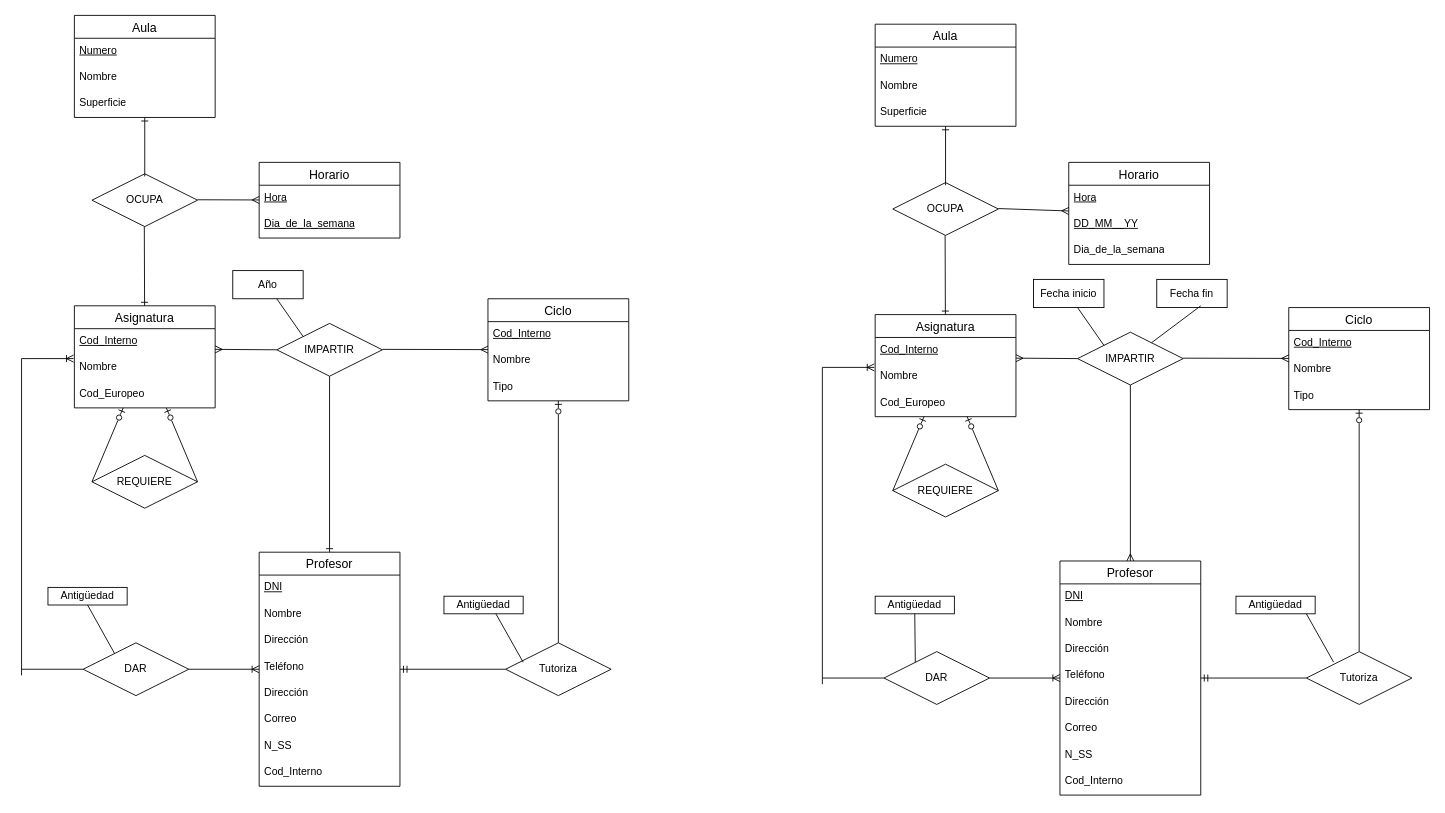
The draw.io diagram TA12Ej17.drawio in AlejandroCara/acr-tsys-modeloER-drawio-1110, before the edit. Source tidied: cells renumbered, new cells numbered last; positions are measured from the earlier drawing's top-left corner, leaving out a move shared by most shapes. Both pictures are drawn from the tidied source at 88%, with x=0, y=0 at pixel (21, 15).
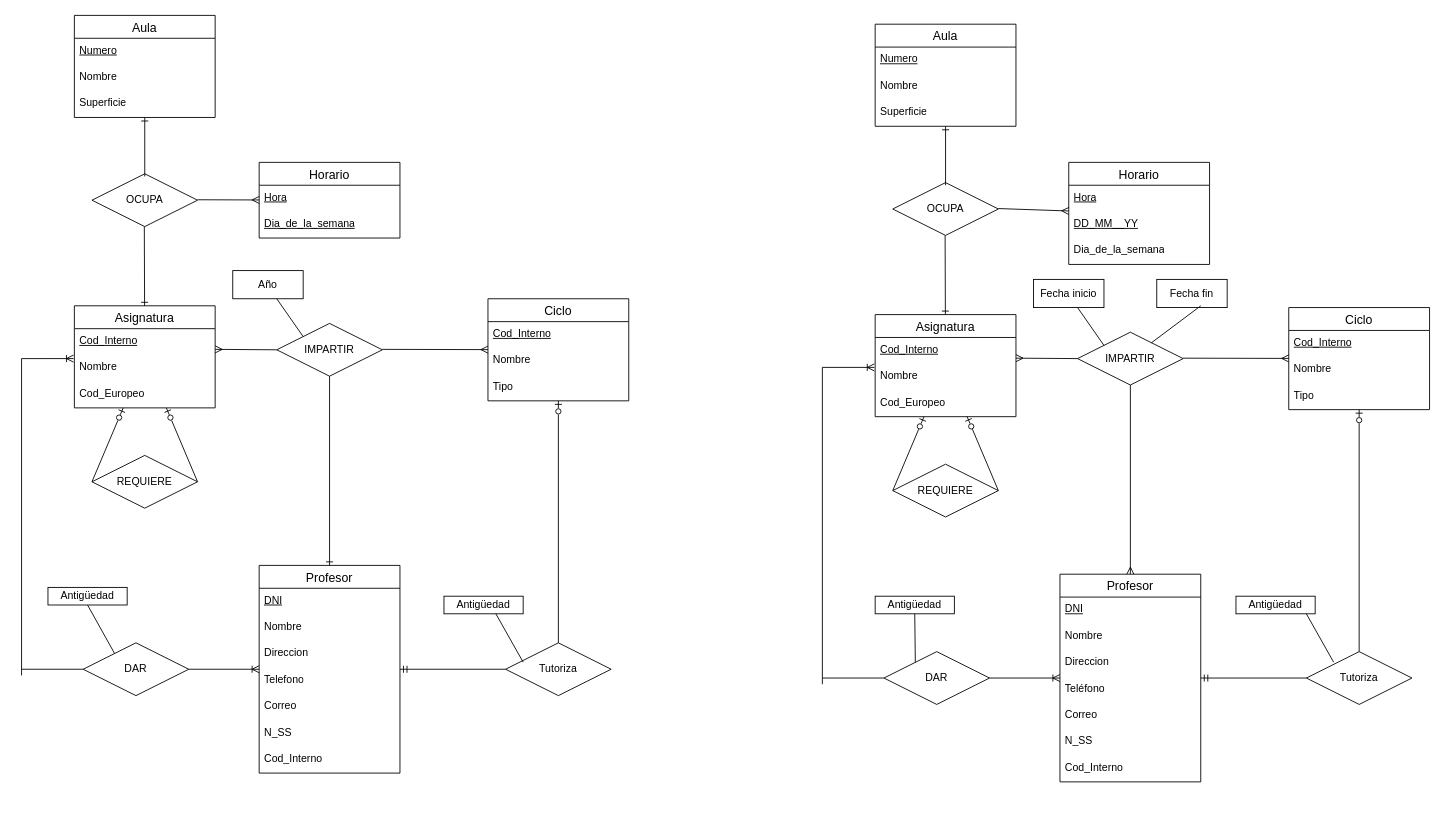
Above is the later version.

Commit message:
Dos atributos repetidos TA12Ej17.drawio

Change to the diagram source:
```diff
@@
     <mxCell id="27" value="Profesor" style="swimlane;fontStyle=0;horizontal=1;startSize=26;align=center;fontSize=14;" parent="1" vertex="1">
-      <mxGeometry x="270" y="610" width="160" height="266" as="geometry" />
+      <mxGeometry x="270" y="625" width="160" height="236" as="geometry" />
     </mxCell>
@@
-    <mxCell id="30" value="&lt;div&gt;Dirección&lt;/div&gt;&lt;div&gt;&lt;br&gt;&lt;/div&gt;" style="text;strokeColor=none;fillColor=none;spacingLeft=4;spacingRight=4;overflow=hidden;fontSize=12;whiteSpace=wrap;html=1;" parent="27" vertex="1">
+    <mxCell id="30" value="&lt;div&gt;Direccion&lt;/div&gt;&lt;div&gt;&lt;br&gt;&lt;/div&gt;" style="text;strokeColor=none;fillColor=none;spacingLeft=4;spacingRight=4;overflow=hidden;fontSize=12;whiteSpace=wrap;html=1;" parent="27" vertex="1">
       <mxGeometry y="86" width="160" height="30" as="geometry" />
     </mxCell>
-    <mxCell id="31" value="Teléfono" style="text;strokeColor=none;fillColor=none;spacingLeft=4;spacingRight=4;overflow=hidden;fontSize=12;whiteSpace=wrap;html=1;" parent="27" vertex="1">
+    <mxCell id="31" value="Telefono" style="text;strokeColor=none;fillColor=none;spacingLeft=4;spacingRight=4;overflow=hidden;fontSize=12;whiteSpace=wrap;html=1;" parent="27" vertex="1">
       <mxGeometry y="116" width="160" height="30" as="geometry" />
     </mxCell>
-    <mxCell id="32" value="&lt;div&gt;Dirección&lt;/div&gt;&lt;div&gt;&lt;br&gt;&lt;/div&gt;" style="text;strokeColor=none;fillColor=none;spacingLeft=4;spacingRight=4;overflow=hidden;fontSize=12;whiteSpace=wrap;html=1;" parent="27" vertex="1">
-      <mxGeometry y="146" width="160" height="30" as="geometry" />
-    </mxCell>
     <mxCell id="33" value="Correo" style="text;strokeColor=none;fillColor=none;spacingLeft=4;spacingRight=4;overflow=hidden;fontSize=12;whiteSpace=wrap;html=1;" parent="27" vertex="1">
-      <mxGeometry y="176" width="160" height="30" as="geometry" />
+      <mxGeometry y="146" width="160" height="30" as="geometry" />
     </mxCell>
     <mxCell id="34" value="N_SS" style="text;strokeColor=none;fillColor=none;spacingLeft=4;spacingRight=4;overflow=hidden;fontSize=12;whiteSpace=wrap;html=1;" parent="27" vertex="1">
-      <mxGeometry y="206" width="160" height="30" as="geometry" />
+      <mxGeometry y="176" width="160" height="30" as="geometry" />
     </mxCell>
     <mxCell id="35" value="Cod_Interno" style="text;strokeColor=none;fillColor=none;spacingLeft=4;spacingRight=4;overflow=hidden;fontSize=12;whiteSpace=wrap;html=1;" parent="27" vertex="1">
-      <mxGeometry y="236" width="160" height="30" as="geometry" />
+      <mxGeometry y="206" width="160" height="30" as="geometry" />
     </mxCell>
@@
     <mxCell id="75" value="Profesor" style="swimlane;fontStyle=0;horizontal=1;startSize=26;align=center;fontSize=14;" parent="1" vertex="1">
-      <mxGeometry x="1180" y="620" width="160" height="266" as="geometry" />
+      <mxGeometry x="1180" y="635" width="160" height="236" as="geometry" />
     </mxCell>
@@
-    <mxCell id="78" value="&lt;div&gt;Dirección&lt;/div&gt;&lt;div&gt;&lt;br&gt;&lt;/div&gt;" style="text;strokeColor=none;fillColor=none;spacingLeft=4;spacingRight=4;overflow=hidden;fontSize=12;whiteSpace=wrap;html=1;" parent="75" vertex="1">
+    <mxCell id="78" value="&lt;div&gt;Direccion&lt;/div&gt;&lt;div&gt;&lt;br&gt;&lt;/div&gt;" style="text;strokeColor=none;fillColor=none;spacingLeft=4;spacingRight=4;overflow=hidden;fontSize=12;whiteSpace=wrap;html=1;" parent="75" vertex="1">
       <mxGeometry y="86" width="160" height="30" as="geometry" />
     </mxCell>
@@
-    <mxCell id="80" value="&lt;div&gt;Dirección&lt;/div&gt;&lt;div&gt;&lt;br&gt;&lt;/div&gt;" style="text;strokeColor=none;fillColor=none;spacingLeft=4;spacingRight=4;overflow=hidden;fontSize=12;whiteSpace=wrap;html=1;" parent="75" vertex="1">
-      <mxGeometry y="146" width="160" height="30" as="geometry" />
-    </mxCell>
     <mxCell id="81" value="Correo" style="text;strokeColor=none;fillColor=none;spacingLeft=4;spacingRight=4;overflow=hidden;fontSize=12;whiteSpace=wrap;html=1;" parent="75" vertex="1">
-      <mxGeometry y="176" width="160" height="30" as="geometry" />
+      <mxGeometry y="146" width="160" height="30" as="geometry" />
     </mxCell>
     <mxCell id="82" value="N_SS" style="text;strokeColor=none;fillColor=none;spacingLeft=4;spacingRight=4;overflow=hidden;fontSize=12;whiteSpace=wrap;html=1;" parent="75" vertex="1">
-      <mxGeometry y="206" width="160" height="30" as="geometry" />
+      <mxGeometry y="176" width="160" height="30" as="geometry" />
     </mxCell>
     <mxCell id="83" value="Cod_Interno" style="text;strokeColor=none;fillColor=none;spacingLeft=4;spacingRight=4;overflow=hidden;fontSize=12;whiteSpace=wrap;html=1;" parent="75" vertex="1">
-      <mxGeometry y="236" width="160" height="30" as="geometry" />
+      <mxGeometry y="206" width="160" height="30" as="geometry" />
     </mxCell>
```
